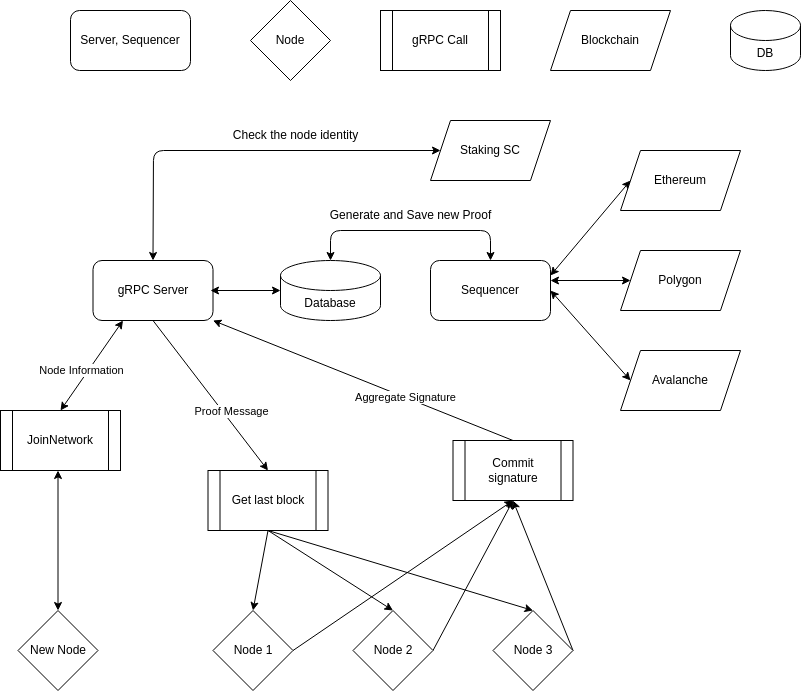
Before: docs/network.drawio.png, a diagram exported from draw.io (Lagrange-Labs/lsc-node). Source tidied: cells renumbered, new cells last; positions are measured from the earlier drawing's top-left corner, leaving out a move shared by most shapes.
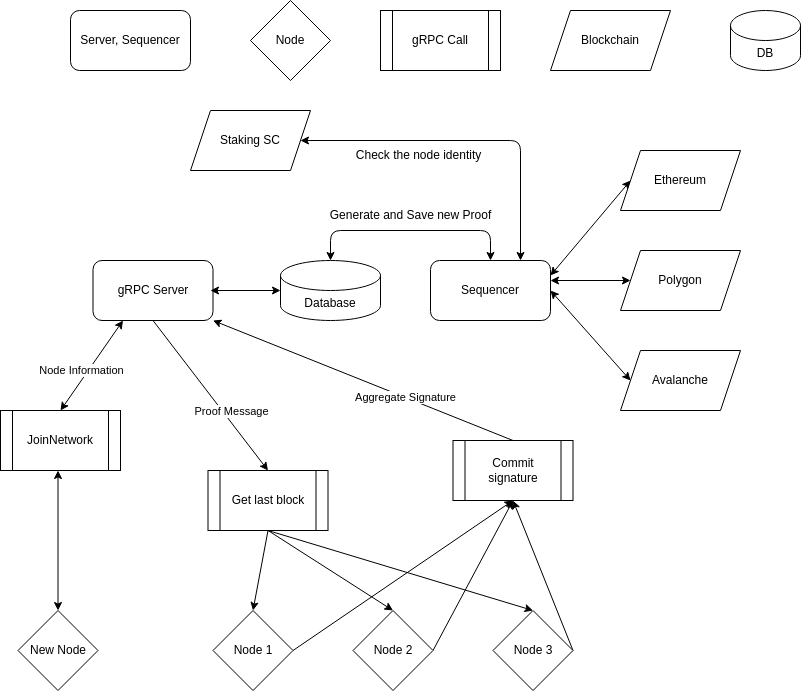
After the commit.

The edit, as a diff of the source:
```diff
@@ -14,10 +14,10 @@
     <mxCell id="5" value="DB" style="shape=cylinder3;whiteSpace=wrap;html=1;boundedLbl=1;backgroundOutline=1;size=15;" parent="1" vertex="1">
       <mxGeometry x="730" y="10" width="70" height="60" as="geometry" />
     </mxCell>
-    <mxCell id="6" style="html=1;exitX=0.5;exitY=0;exitDx=0;exitDy=0;entryX=0;entryY=0.5;entryDx=0;entryDy=0;startArrow=classic;startFill=1;" parent="1" edge="1" source="9" target="11">
+    <mxCell id="6" style="html=1;exitX=0.75;exitY=0;exitDx=0;exitDy=0;startArrow=classic;startFill=1;" parent="1" edge="1" source="21" target="11">
       <mxGeometry relative="1" as="geometry">
         <Array as="points">
-          <mxPoint x="153" y="150" />
+          <mxPoint x="520" y="140" />
         </Array>
       </mxGeometry>
     </mxCell>
@@ -36,7 +36,7 @@
       <mxGeometry x="550" y="10" width="120" height="60" as="geometry" />
     </mxCell>
     <mxCell id="11" value="Staking SC" style="shape=parallelogram;perimeter=parallelogramPerimeter;whiteSpace=wrap;html=1;fixedSize=1;" parent="1" vertex="1">
-      <mxGeometry x="430" y="120" width="120" height="60" as="geometry" />
+      <mxGeometry x="190" y="110" width="120" height="60" as="geometry" />
     </mxCell>
     <mxCell id="12" style="edgeStyle=none;html=1;entryX=0.25;entryY=1;entryDx=0;entryDy=0;exitX=0.5;exitY=0;exitDx=0;exitDy=0;startArrow=classic;startFill=1;" parent="1" edge="1" source="14" target="9">
       <mxGeometry relative="1" as="geometry" />
@@ -58,7 +58,7 @@
       <mxGeometry x="17.5" y="610" width="80" height="80" as="geometry" />
     </mxCell>
     <mxCell id="17" value="Check the node identity" style="text;html=1;align=center;verticalAlign=middle;strokeColor=none;fillColor=none;" parent="1" vertex="1">
-      <mxGeometry x="220" y="120" width="150" height="30" as="geometry" />
+      <mxGeometry x="342.5" y="140" width="150" height="30" as="geometry" />
     </mxCell>
     <mxCell id="18" style="edgeStyle=none;html=1;exitX=0;exitY=0.5;exitDx=0;exitDy=0;exitPerimeter=0;startArrow=classic;startFill=1;" parent="1" edge="1" source="19">
       <mxGeometry relative="1" as="geometry">
```
